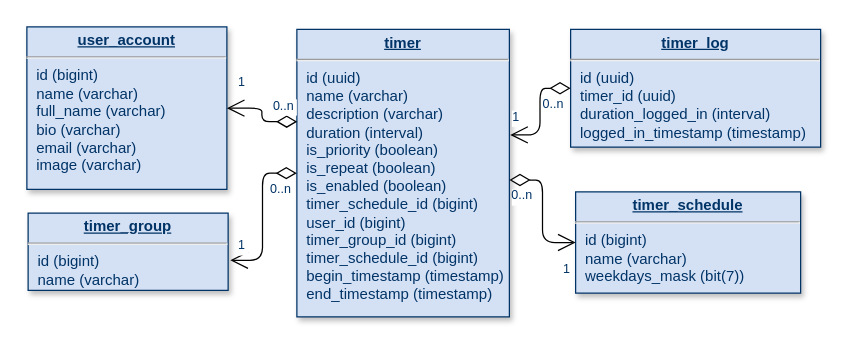
Before: Org Files/Release 0.2.0 Database Schema.drawio in al-kuznetsov/tick-a-boo-org-files, a draw.io diagram. Source tidied: cells renumbered, new cells numbered last; positions are measured from the earlier drawing's top-left corner, leaving out a move shared by most shapes. Both pictures are drawn from the tidied source at 125%, with x=0, y=0 at pixel (26, 26).
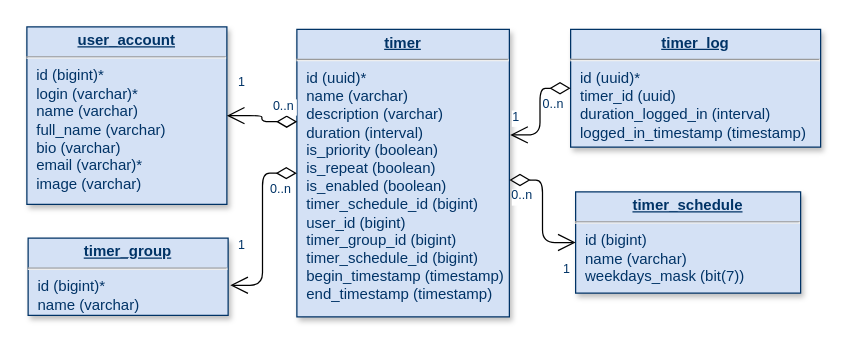
The same diagram, later.

Commit message (it also covers changes not shown here):
Update Release 0.2.0 Database Schema

The edit, as a diff of the source:
```diff
@@
-    <mxCell id="2" value="&lt;p style=&quot;margin: 0px; margin-top: 4px; text-align: center; text-decoration: underline;&quot;&gt;&lt;strong&gt;timer&lt;/strong&gt;&lt;/p&gt;&lt;hr&gt;&lt;p style=&quot;margin: 0px; margin-left: 8px;&quot;&gt;id (uuid)&lt;/p&gt;&lt;p style=&quot;margin: 0px; margin-left: 8px;&quot;&gt;name (varchar)&lt;/p&gt;&lt;p style=&quot;margin: 0px; margin-left: 8px;&quot;&gt;description (varchar)&lt;/p&gt;&lt;p style=&quot;margin: 0px; margin-left: 8px;&quot;&gt;duration (interval)&lt;/p&gt;&lt;p style=&quot;margin: 0px; margin-left: 8px;&quot;&gt;is_priority (boolean)&lt;/p&gt;&lt;p style=&quot;margin: 0px; margin-left: 8px;&quot;&gt;is_repeat (boolean)&lt;/p&gt;&lt;p style=&quot;margin: 0px; margin-left: 8px;&quot;&gt;is_enabled (boolean)&lt;/p&gt;&lt;p style=&quot;margin: 0px; margin-left: 8px;&quot;&gt;timer_schedule_id (bigint)&lt;/p&gt;&lt;p style=&quot;margin: 0px; margin-left: 8px;&quot;&gt;user_id (bigint)&lt;/p&gt;&lt;p style=&quot;margin: 0px; margin-left: 8px;&quot;&gt;timer_group_id (bigint)&lt;/p&gt;&lt;p style=&quot;margin: 0px; margin-left: 8px;&quot;&gt;timer_schedule_id (bigint)&lt;/p&gt;&lt;p style=&quot;border-color: var(--border-color); margin: 0px 0px 0px 8px;&quot;&gt;begin_timestamp (timestamp)&lt;/p&gt;&lt;p style=&quot;border-color: var(--border-color); margin: 0px 0px 0px 8px;&quot;&gt;end_timestamp (timestamp)&lt;/p&gt;" style="verticalAlign=top;align=left;overflow=fill;fontSize=12;fontFamily=Helvetica;html=1;strokeColor=#003366;shadow=1;fillColor=#D4E1F5;fontColor=#003366;" parent="1" vertex="1">
+    <mxCell id="2" value="&lt;p style=&quot;margin: 0px; margin-top: 4px; text-align: center; text-decoration: underline;&quot;&gt;&lt;strong&gt;timer&lt;/strong&gt;&lt;/p&gt;&lt;hr&gt;&lt;p style=&quot;margin: 0px; margin-left: 8px;&quot;&gt;id (uuid)*&lt;/p&gt;&lt;p style=&quot;margin: 0px; margin-left: 8px;&quot;&gt;name (varchar)&lt;/p&gt;&lt;p style=&quot;margin: 0px; margin-left: 8px;&quot;&gt;description (varchar)&lt;/p&gt;&lt;p style=&quot;margin: 0px; margin-left: 8px;&quot;&gt;duration (interval)&lt;/p&gt;&lt;p style=&quot;margin: 0px; margin-left: 8px;&quot;&gt;is_priority (boolean)&lt;/p&gt;&lt;p style=&quot;margin: 0px; margin-left: 8px;&quot;&gt;is_repeat (boolean)&lt;/p&gt;&lt;p style=&quot;margin: 0px; margin-left: 8px;&quot;&gt;is_enabled (boolean)&lt;/p&gt;&lt;p style=&quot;margin: 0px; margin-left: 8px;&quot;&gt;timer_schedule_id (bigint)&lt;/p&gt;&lt;p style=&quot;margin: 0px; margin-left: 8px;&quot;&gt;user_id (bigint)&lt;/p&gt;&lt;p style=&quot;margin: 0px; margin-left: 8px;&quot;&gt;timer_group_id (bigint)&lt;/p&gt;&lt;p style=&quot;margin: 0px; margin-left: 8px;&quot;&gt;timer_schedule_id (bigint)&lt;/p&gt;&lt;p style=&quot;border-color: var(--border-color); margin: 0px 0px 0px 8px;&quot;&gt;begin_timestamp (timestamp)&lt;/p&gt;&lt;p style=&quot;border-color: var(--border-color); margin: 0px 0px 0px 8px;&quot;&gt;end_timestamp (timestamp)&lt;/p&gt;" style="verticalAlign=top;align=left;overflow=fill;fontSize=12;fontFamily=Helvetica;html=1;strokeColor=#003366;shadow=1;fillColor=#D4E1F5;fontColor=#003366;" parent="1" vertex="1">
       <mxGeometry x="216" y="2" width="170" height="230" as="geometry" />
     </mxCell>
-    <mxCell id="3" value="&lt;p style=&quot;margin: 0px; margin-top: 4px; text-align: center; text-decoration: underline;&quot;&gt;&lt;strong&gt;user_account&lt;/strong&gt;&lt;/p&gt;&lt;hr&gt;&lt;p style=&quot;margin: 0px; margin-left: 8px;&quot;&gt;id (bigint)&lt;/p&gt;&lt;p style=&quot;margin: 0px; margin-left: 8px;&quot;&gt;name (varchar)&lt;/p&gt;&lt;p style=&quot;margin: 0px; margin-left: 8px;&quot;&gt;full_name (varchar)&lt;/p&gt;&lt;p style=&quot;margin: 0px; margin-left: 8px;&quot;&gt;bio (varchar)&lt;/p&gt;&lt;p style=&quot;margin: 0px; margin-left: 8px;&quot;&gt;email (varchar)&lt;/p&gt;&lt;p style=&quot;margin: 0px; margin-left: 8px;&quot;&gt;image (varchar)&lt;/p&gt;" style="verticalAlign=top;align=left;overflow=fill;fontSize=12;fontFamily=Helvetica;html=1;strokeColor=#003366;shadow=1;fillColor=#D4E1F5;fontColor=#003366;" parent="1" vertex="1">
-      <mxGeometry width="160" height="130" as="geometry" />
+    <mxCell id="3" value="&lt;p style=&quot;margin: 0px; margin-top: 4px; text-align: center; text-decoration: underline;&quot;&gt;&lt;strong&gt;user_account&lt;/strong&gt;&lt;/p&gt;&lt;hr&gt;&lt;p style=&quot;margin: 0px; margin-left: 8px;&quot;&gt;id (bigint)*&lt;/p&gt;&lt;p style=&quot;margin: 0px; margin-left: 8px;&quot;&gt;login (varchar)*&lt;/p&gt;&lt;p style=&quot;margin: 0px; margin-left: 8px;&quot;&gt;name (varchar)&lt;/p&gt;&lt;p style=&quot;margin: 0px; margin-left: 8px;&quot;&gt;full_name (varchar)&lt;/p&gt;&lt;p style=&quot;margin: 0px; margin-left: 8px;&quot;&gt;bio (varchar)&lt;/p&gt;&lt;p style=&quot;margin: 0px; margin-left: 8px;&quot;&gt;email (varchar)*&lt;/p&gt;&lt;p style=&quot;margin: 0px; margin-left: 8px;&quot;&gt;image (varchar)&lt;/p&gt;" style="verticalAlign=top;align=left;overflow=fill;fontSize=12;fontFamily=Helvetica;html=1;strokeColor=#003366;shadow=1;fillColor=#D4E1F5;fontColor=#003366;" parent="1" vertex="1">
+      <mxGeometry width="160" height="142" as="geometry" />
     </mxCell>
-    <mxCell id="4" value="&lt;p style=&quot;margin: 0px; margin-top: 4px; text-align: center; text-decoration: underline;&quot;&gt;&lt;b&gt;timer_group&lt;/b&gt;&lt;/p&gt;&lt;hr&gt;&lt;p style=&quot;margin: 0px; margin-left: 8px;&quot;&gt;id (bigint)&lt;/p&gt;&lt;p style=&quot;margin: 0px; margin-left: 8px;&quot;&gt;name (varchar)&lt;/p&gt;" style="verticalAlign=top;align=left;overflow=fill;fontSize=12;fontFamily=Helvetica;html=1;strokeColor=#003366;shadow=1;fillColor=#D4E1F5;fontColor=#003366;" parent="1" vertex="1">
-      <mxGeometry x="1" y="149" width="160" height="61.8" as="geometry" />
+    <mxCell id="4" value="&lt;p style=&quot;margin: 0px; margin-top: 4px; text-align: center; text-decoration: underline;&quot;&gt;&lt;b&gt;timer_group&lt;/b&gt;&lt;/p&gt;&lt;hr&gt;&lt;p style=&quot;margin: 0px; margin-left: 8px;&quot;&gt;id (bigint)*&lt;/p&gt;&lt;p style=&quot;margin: 0px; margin-left: 8px;&quot;&gt;name (varchar)&lt;/p&gt;" style="verticalAlign=top;align=left;overflow=fill;fontSize=12;fontFamily=Helvetica;html=1;strokeColor=#003366;shadow=1;fillColor=#D4E1F5;fontColor=#003366;" parent="1" vertex="1">
+      <mxGeometry x="1" y="169" width="160" height="61.8" as="geometry" />
     </mxCell>
@@
-    <mxCell id="6" value="&lt;p style=&quot;margin: 0px; margin-top: 4px; text-align: center; text-decoration: underline;&quot;&gt;&lt;strong&gt;timer_log&lt;/strong&gt;&lt;/p&gt;&lt;hr&gt;&lt;p style=&quot;margin: 0px; margin-left: 8px;&quot;&gt;id (uuid)&lt;/p&gt;&lt;p style=&quot;margin: 0px; margin-left: 8px;&quot;&gt;timer_id (uuid)&lt;/p&gt;&lt;p style=&quot;margin: 0px; margin-left: 8px;&quot;&gt;duration_logged_in (interval)&lt;/p&gt;&lt;p style=&quot;margin: 0px; margin-left: 8px;&quot;&gt;logged_in_timestamp (timestamp)&lt;/p&gt;" style="verticalAlign=top;align=left;overflow=fill;fontSize=12;fontFamily=Helvetica;html=1;strokeColor=#003366;shadow=1;fillColor=#D4E1F5;fontColor=#003366;" parent="1" vertex="1">
+    <mxCell id="6" value="&lt;p style=&quot;margin: 0px; margin-top: 4px; text-align: center; text-decoration: underline;&quot;&gt;&lt;strong&gt;timer_log&lt;/strong&gt;&lt;/p&gt;&lt;hr&gt;&lt;p style=&quot;margin: 0px; margin-left: 8px;&quot;&gt;id (uuid)*&lt;/p&gt;&lt;p style=&quot;margin: 0px; margin-left: 8px;&quot;&gt;timer_id (uuid)&lt;/p&gt;&lt;p style=&quot;margin: 0px; margin-left: 8px;&quot;&gt;duration_logged_in (interval)&lt;/p&gt;&lt;p style=&quot;margin: 0px; margin-left: 8px;&quot;&gt;logged_in_timestamp (timestamp)&lt;/p&gt;" style="verticalAlign=top;align=left;overflow=fill;fontSize=12;fontFamily=Helvetica;html=1;strokeColor=#003366;shadow=1;fillColor=#D4E1F5;fontColor=#003366;" parent="1" vertex="1">
       <mxGeometry x="435" y="2" width="200" height="94.2" as="geometry" />
     </mxCell>
```
